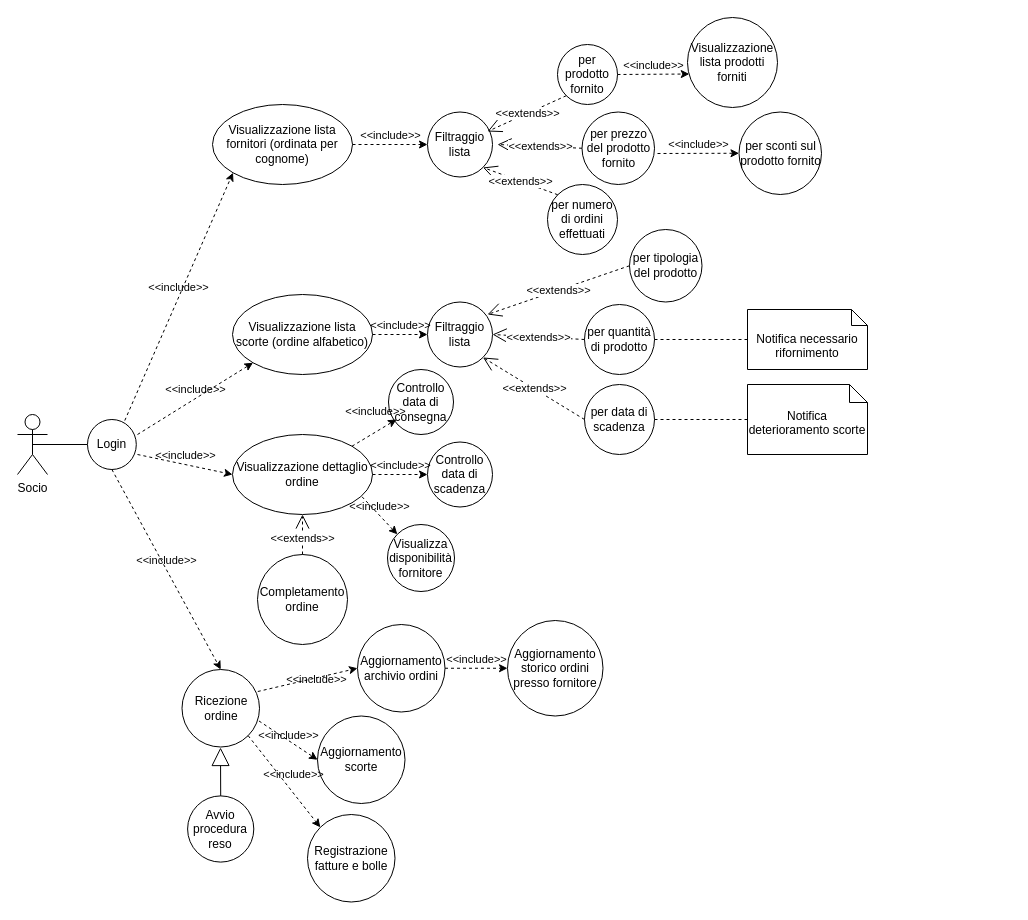
This is UseCase Diagrams/Area1.drawio from GiovanniLodari/Progetto-SI, a draw.io file, before an edit. Source tidied: cells renumbered, new cells numbered last; positions are measured from the earlier drawing's top-left corner, leaving out a move shared by most shapes. Both pictures are drawn from the tidied source at 100%, with x=0, y=0 at pixel (17, 17).
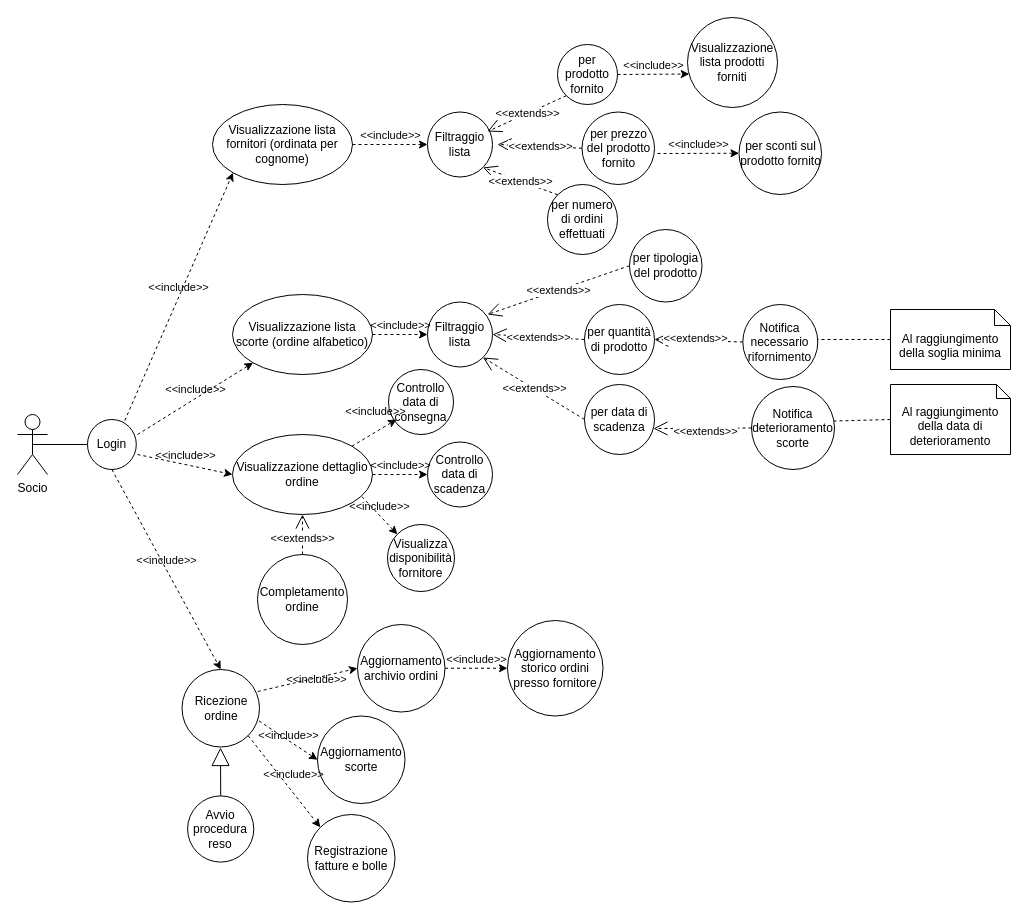
Above is the later version.

Unchanged cells that the change refers to:
```xml
<mxCell id="19" value="per data di scadenza" style="ellipse;whiteSpace=wrap;html=1;" parent="1" vertex="1">
  <mxGeometry x="567" y="367" width="70" height="70" as="geometry" />
</mxCell>
<mxCell id="21" value="per quantità di prodotto" style="ellipse;whiteSpace=wrap;html=1;" parent="1" vertex="1">
  <mxGeometry x="567" y="287" width="70" height="70" as="geometry" />
</mxCell>
```

Change to the diagram source:
```diff
@@
-    <mxCell id="23" value="Notifica necessario rifornimento" style="shape=note2;boundedLbl=1;whiteSpace=wrap;html=1;size=16;verticalAlign=top;align=center;" parent="1" vertex="1">
-      <mxGeometry x="730" y="292" width="120" height="60" as="geometry" />
+    <mxCell id="23" value="Al raggiungimento della soglia minima" style="shape=note2;boundedLbl=1;whiteSpace=wrap;html=1;size=16;verticalAlign=top;align=center;" parent="1" vertex="1">
+      <mxGeometry x="873" y="292" width="120" height="60" as="geometry" />
     </mxCell>
-    <mxCell id="24" style="endArrow=none;dashed=1;html=1;rounded=0;entryX=0;entryY=0.5;entryDx=0;entryDy=0;entryPerimeter=0;exitX=1;exitY=0.5;exitDx=0;exitDy=0;" parent="1" edge="1" source="21" target="23">
-      <mxGeometry relative="1" as="geometry" />
+    <mxCell id="24" style="endArrow=none;dashed=1;html=1;rounded=0;entryX=0;entryY=0.5;entryDx=0;entryDy=0;entryPerimeter=0;exitX=1;exitY=0.5;exitDx=0;exitDy=0;" parent="1" edge="1" target="23">
+      <mxGeometry relative="1" as="geometry">
+        <mxPoint x="780" y="322" as="sourcePoint" />
+        <Array as="points">
+          <mxPoint x="813" y="322" />
+        </Array>
+      </mxGeometry>
     </mxCell>
-    <mxCell id="25" value="Notifica deterioramento scorte" style="shape=note2;boundedLbl=1;whiteSpace=wrap;html=1;size=18;verticalAlign=top;align=center;" parent="1" vertex="1">
-      <mxGeometry x="730" y="367" width="120" height="70" as="geometry" />
+    <mxCell id="25" value="Al raggiungimento della data di deterioramento" style="shape=note2;boundedLbl=1;whiteSpace=wrap;html=1;size=14;verticalAlign=top;align=center;" parent="1" vertex="1">
+      <mxGeometry x="873" y="367" width="120" height="70" as="geometry" />
     </mxCell>
     <mxCell id="26" style="endArrow=none;dashed=1;html=1;rounded=0;entryX=0;entryY=0.5;entryDx=0;entryDy=0;entryPerimeter=0;exitX=1;exitY=0.5;exitDx=0;exitDy=0;" parent="1" edge="1" target="25">
       <mxGeometry relative="1" as="geometry">
-        <mxPoint x="637" y="402" as="sourcePoint" />
+        <mxPoint x="780" y="404.5" as="sourcePoint" />
       </mxGeometry>
     </mxCell>
@@
+    <mxCell id="55" value="Notifica necessario rifornimento" style="ellipse;whiteSpace=wrap;html=1;" parent="1" vertex="1">
+      <mxGeometry x="725.3" y="287" width="75" height="75" as="geometry" />
+    </mxCell>
+    <mxCell id="56" value="Notifica deterioramento scorte" style="ellipse;whiteSpace=wrap;html=1;" parent="1" vertex="1">
+      <mxGeometry x="734" y="369" width="83" height="83" as="geometry" />
+    </mxCell>
+    <mxCell id="57" value="&amp;lt;&amp;lt;extends&amp;gt;&amp;gt;" style="endArrow=open;dashed=1;endFill=0;endSize=12;html=1;rounded=0;entryX=1;entryY=0.5;entryDx=0;entryDy=0;exitX=0;exitY=0.5;exitDx=0;exitDy=0;" parent="1" edge="1" source="55" target="21">
+      <mxGeometry x="0.07" y="-2" relative="1" as="geometry" />
+    </mxCell>
+    <mxCell id="58" value="&amp;lt;&amp;lt;extends&amp;gt;&amp;gt;" style="endArrow=open;dashed=1;endFill=0;endSize=12;html=1;rounded=0;exitX=0;exitY=0.5;exitDx=0;exitDy=0;entryX=0.985;entryY=0.629;entryDx=0;entryDy=0;entryPerimeter=0;" parent="1" edge="1" source="56" target="19">
+      <mxGeometry x="-0.07" y="3" relative="1" as="geometry" />
+    </mxCell>
```
